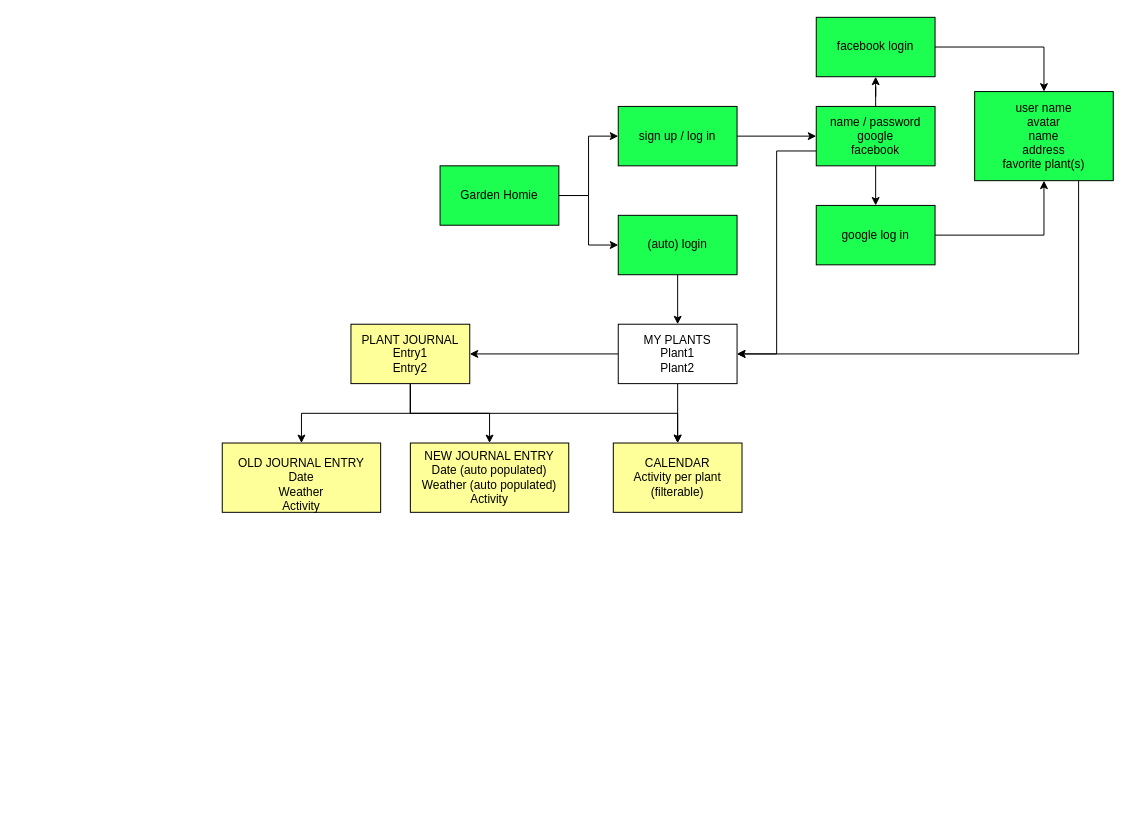
Earlier version of the draw.io diagram Garden_Homie_SiteMap.drawio (c3-tiffanyhui/coursera). Source tidied: cells renumbered, new cells numbered last; positions are measured from the earlier drawing's top-left corner, leaving out a move shared by most shapes. Both pictures are drawn from the tidied source at 99%, with x=0, y=0 at pixel (222, 17).
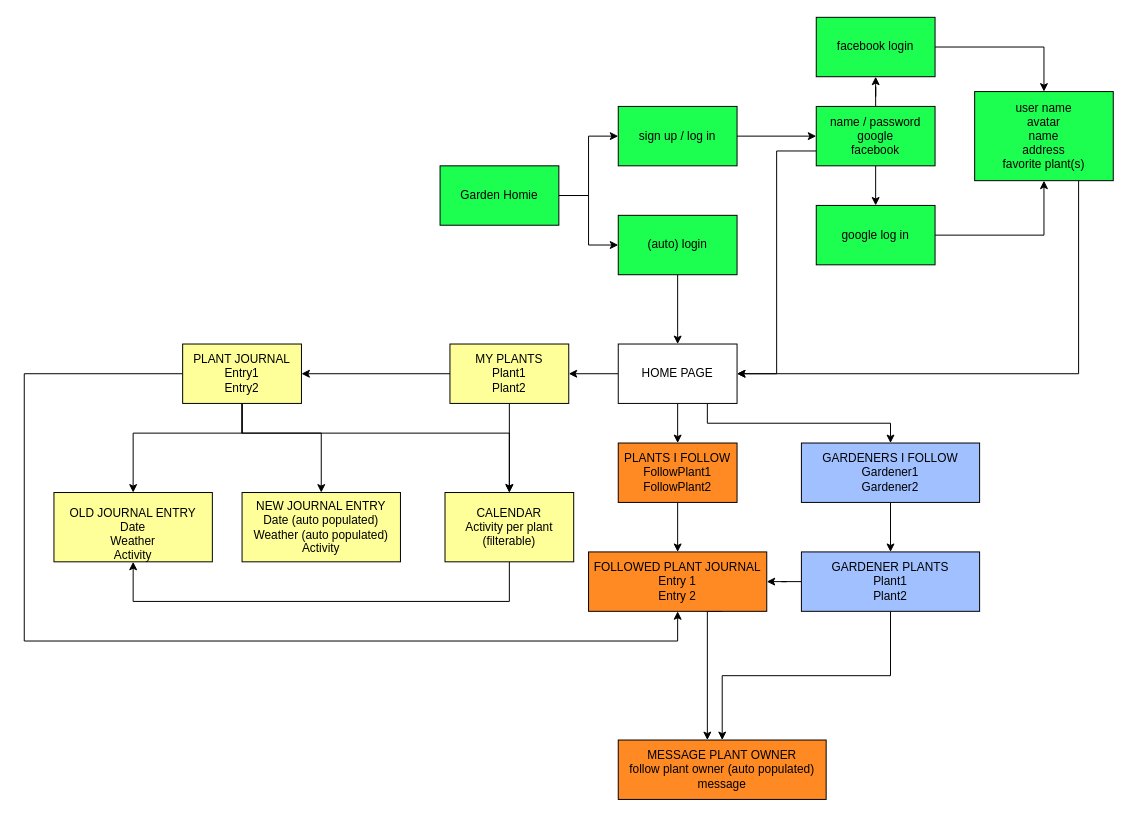
After the change.

The change refers to these unchanged cells:
```xml
<mxCell id="3" value="(auto) login" style="rounded=0;whiteSpace=wrap;html=1;fillColor=#1CFF51;" parent="1" vertex="1">
  <mxGeometry x="400" y="200" width="120" height="60" as="geometry" />
</mxCell>
<mxCell id="9" value="&lt;div&gt;name / password &lt;br&gt;&lt;/div&gt;&lt;div&gt;google&lt;/div&gt;&lt;div&gt;facebook&lt;br&gt;&lt;/div&gt;" style="rounded=0;whiteSpace=wrap;html=1;fillColor=#1CFF51;" parent="1" vertex="1">
  <mxGeometry x="600" y="90" width="120" height="60" as="geometry" />
</mxCell>
<mxCell id="15" value="&lt;div&gt;user name&lt;/div&gt;&lt;div&gt;avatar&lt;br&gt;&lt;/div&gt;&lt;div&gt;name&lt;/div&gt;&lt;div&gt;address&lt;/div&gt;&lt;div&gt;favorite plant(s)&lt;/div&gt;" style="rounded=0;whiteSpace=wrap;html=1;fillColor=#1CFF51;" parent="1" vertex="1">
  <mxGeometry x="760" y="75" width="140" height="90" as="geometry" />
</mxCell>
```

Change to the diagram source:
```diff
@@
-    <mxCell id="2" style="edgeStyle=orthogonalEdgeStyle;rounded=0;jettySize=auto;html=1;" parent="1" edge="1" source="3" target="21">
-      <mxGeometry relative="1" as="geometry" />
-    </mxCell>
+    <mxCell id="29" style="edgeStyle=orthogonalEdgeStyle;rounded=0;jettySize=auto;html=1;" parent="1" edge="1" source="3" target="37">
+      <mxGeometry relative="1" as="geometry" />
+    </mxCell>
@@
-    <mxCell id="8" style="edgeStyle=orthogonalEdgeStyle;rounded=0;jettySize=auto;html=1;exitX=0;exitY=0.75;exitDx=0;exitDy=0;entryX=1;entryY=0.5;entryDx=0;entryDy=0;" parent="1" edge="1" source="9" target="21">
-      <mxGeometry relative="1" as="geometry" />
-    </mxCell>
+    <mxCell id="30" style="edgeStyle=orthogonalEdgeStyle;rounded=0;jettySize=auto;html=1;exitX=0;exitY=0.75;exitDx=0;exitDy=0;entryX=1;entryY=0.5;entryDx=0;entryDy=0;" parent="1" edge="1" source="9" target="37">
+      <mxGeometry relative="1" as="geometry" />
+    </mxCell>
@@
-    <mxCell id="14" style="edgeStyle=orthogonalEdgeStyle;rounded=0;jettySize=auto;html=1;exitX=0.75;exitY=1;exitDx=0;exitDy=0;entryX=1;entryY=0.5;entryDx=0;entryDy=0;" parent="1" edge="1" source="15" target="21">
-      <mxGeometry relative="1" as="geometry" />
-    </mxCell>
+    <mxCell id="31" style="edgeStyle=orthogonalEdgeStyle;rounded=0;jettySize=auto;html=1;exitX=0.75;exitY=1;exitDx=0;exitDy=0;entryX=1;entryY=0.5;entryDx=0;entryDy=0;" parent="1" edge="1" source="15" target="37">
+      <mxGeometry relative="1" as="geometry" />
+    </mxCell>
@@
-    <mxCell id="21" value="&lt;div&gt;MY PLANTS&lt;/div&gt;&lt;div&gt;Plant1&lt;/div&gt;&lt;div&gt;Plant2&lt;br&gt;&lt;/div&gt;" style="rounded=0;whiteSpace=wrap;html=1;" parent="1" vertex="1">
-      <mxGeometry x="400" y="310" width="120" height="60" as="geometry" />
+    <mxCell id="21" value="&lt;div&gt;MY PLANTS&lt;/div&gt;&lt;div&gt;Plant1&lt;/div&gt;&lt;div&gt;Plant2&lt;br&gt;&lt;/div&gt;" style="rounded=0;whiteSpace=wrap;html=1;fillColor=#FFFF99;" parent="1" vertex="1">
+      <mxGeometry x="230" y="330" width="120" height="60" as="geometry" />
     </mxCell>
     <mxCell id="22" style="edgeStyle=orthogonalEdgeStyle;rounded=0;jettySize=auto;html=1;" parent="1" edge="1" source="25" target="26">
-      <mxGeometry relative="1" as="geometry" />
+      <mxGeometry relative="1" as="geometry">
+        <Array as="points">
+          <mxPoint x="20" y="420" />
+          <mxPoint x="-90" y="420" />
+        </Array>
+      </mxGeometry>
     </mxCell>
     <mxCell id="23" style="edgeStyle=orthogonalEdgeStyle;rounded=0;jettySize=auto;html=1;exitX=0.5;exitY=1;exitDx=0;exitDy=0;entryX=0.5;entryY=0;entryDx=0;entryDy=0;" parent="1" edge="1" source="25" target="27">
-      <mxGeometry relative="1" as="geometry" />
+      <mxGeometry relative="1" as="geometry">
+        <Array as="points">
+          <mxPoint x="20" y="420" />
+          <mxPoint x="100" y="420" />
+        </Array>
+      </mxGeometry>
     </mxCell>
     <mxCell id="24" style="edgeStyle=orthogonalEdgeStyle;rounded=0;jettySize=auto;html=1;exitX=0.5;exitY=1;exitDx=0;exitDy=0;" parent="1" edge="1" source="25" target="28">
-      <mxGeometry relative="1" as="geometry" />
+      <mxGeometry relative="1" as="geometry">
+        <Array as="points">
+          <mxPoint x="20" y="420" />
+          <mxPoint x="290" y="420" />
+        </Array>
+      </mxGeometry>
     </mxCell>
+    <mxCell id="32" style="edgeStyle=orthogonalEdgeStyle;rounded=0;jettySize=auto;html=1;exitX=0;exitY=0.5;exitDx=0;exitDy=0;entryX=0.5;entryY=1;entryDx=0;entryDy=0;" parent="1" edge="1" source="25" target="41">
+      <mxGeometry relative="1" as="geometry">
+        <Array as="points">
+          <mxPoint x="-200" y="360" />
+          <mxPoint x="-200" y="630" />
+          <mxPoint x="460" y="630" />
+        </Array>
+      </mxGeometry>
+    </mxCell>
     <mxCell id="25" value="&lt;div&gt;PLANT JOURNAL&lt;/div&gt;&lt;div&gt;Entry1&lt;/div&gt;&lt;div&gt;Entry2&lt;br&gt;&lt;/div&gt;" style="rounded=0;whiteSpace=wrap;html=1;fillColor=#FFFF99;" parent="1" vertex="1">
-      <mxGeometry x="130" y="310" width="120" height="60" as="geometry" />
+      <mxGeometry x="-40" y="330" width="120" height="60" as="geometry" />
     </mxCell>
     <mxCell id="26" value="&amp;nbsp;&lt;br&gt;&lt;div&gt;OLD JOURNAL ENTRY&lt;br&gt;&lt;/div&gt;&lt;div&gt;Date&lt;/div&gt;&lt;div&gt;Weather&lt;/div&gt;&lt;div&gt;Activity&lt;br&gt;&lt;/div&gt;" style="rounded=0;whiteSpace=wrap;html=1;fillColor=#FFFF99;" parent="1" vertex="1">
-      <mxGeometry y="430" width="160" height="70" as="geometry" />
+      <mxGeometry x="-170" y="480" width="160" height="70" as="geometry" />
     </mxCell>
     <mxCell id="27" value="&lt;div&gt;NEW JOURNAL ENTRY&lt;/div&gt;&lt;div&gt;Date (auto populated)&lt;br&gt;&lt;/div&gt;&lt;div&gt;Weather (auto populated)&lt;/div&gt;&lt;div&gt;Activity&lt;br&gt;&lt;/div&gt;" style="rounded=0;whiteSpace=wrap;html=1;fillColor=#FFFF99;" parent="1" vertex="1">
-      <mxGeometry x="190" y="430" width="160" height="70" as="geometry" />
+      <mxGeometry x="20" y="480" width="160" height="70" as="geometry" />
     </mxCell>
+    <mxCell id="33" style="edgeStyle=orthogonalEdgeStyle;rounded=0;jettySize=auto;html=1;entryX=0.5;entryY=1;entryDx=0;entryDy=0;" parent="1" edge="1" source="28" target="26">
+      <mxGeometry relative="1" as="geometry">
+        <Array as="points">
+          <mxPoint x="290" y="590" />
+          <mxPoint x="-90" y="590" />
+        </Array>
+      </mxGeometry>
+    </mxCell>
     <mxCell id="28" value="&lt;div&gt;CALENDAR&lt;br&gt;&lt;/div&gt;&lt;div&gt;Activity per plant (filterable)&lt;br&gt;&lt;/div&gt;" style="rounded=0;whiteSpace=wrap;html=1;fillColor=#FFFF99;" parent="1" vertex="1">
-      <mxGeometry x="395" y="430" width="130" height="70" as="geometry" />
+      <mxGeometry x="225" y="480" width="130" height="70" as="geometry" />
     </mxCell>
+    <mxCell id="34" style="edgeStyle=orthogonalEdgeStyle;rounded=0;jettySize=auto;html=1;" parent="1" edge="1" source="37" target="21">
+      <mxGeometry relative="1" as="geometry" />
+    </mxCell>
+    <mxCell id="35" style="edgeStyle=orthogonalEdgeStyle;rounded=0;jettySize=auto;html=1;exitX=0.5;exitY=1;exitDx=0;exitDy=0;entryX=0.5;entryY=0;entryDx=0;entryDy=0;" parent="1" edge="1" source="37" target="39">
+      <mxGeometry relative="1" as="geometry" />
+    </mxCell>
+    <mxCell id="36" style="edgeStyle=orthogonalEdgeStyle;rounded=0;jettySize=auto;html=1;exitX=0.75;exitY=1;exitDx=0;exitDy=0;" parent="1" edge="1" source="37" target="44">
+      <mxGeometry relative="1" as="geometry" />
+    </mxCell>
+    <mxCell id="37" value="HOME PAGE" style="rounded=0;whiteSpace=wrap;html=1;fillColor=#FFFFFF;" parent="1" vertex="1">
+      <mxGeometry x="400" y="330" width="120" height="60" as="geometry" />
+    </mxCell>
+    <mxCell id="38" style="edgeStyle=orthogonalEdgeStyle;rounded=0;jettySize=auto;html=1;exitX=0.5;exitY=1;exitDx=0;exitDy=0;" parent="1" edge="1" source="39" target="41">
+      <mxGeometry relative="1" as="geometry" />
+    </mxCell>
+    <mxCell id="39" value="&lt;div&gt;PLANTS I FOLLOW&lt;/div&gt;&lt;div&gt;FollowPlant1&lt;/div&gt;&lt;div&gt;FollowPlant2&lt;br&gt;&lt;/div&gt;" style="rounded=0;whiteSpace=wrap;html=1;fillColor=#FF8A24;" parent="1" vertex="1">
+      <mxGeometry x="400" y="430" width="120" height="60" as="geometry" />
+    </mxCell>
+    <mxCell id="40" style="edgeStyle=orthogonalEdgeStyle;rounded=0;jettySize=auto;html=1;exitX=0.75;exitY=1;exitDx=0;exitDy=0;" parent="1" edge="1" source="41" target="42">
+      <mxGeometry relative="1" as="geometry">
+        <Array as="points">
+          <mxPoint x="490" y="600" />
+        </Array>
+      </mxGeometry>
+    </mxCell>
+    <mxCell id="41" value="&lt;div&gt;FOLLOWED PLANT JOURNAL&lt;/div&gt;&lt;div&gt;Entry 1&lt;/div&gt;&lt;div&gt;Entry 2&lt;br&gt;&lt;/div&gt;" style="rounded=0;whiteSpace=wrap;html=1;fillColor=#FF8A24;" parent="1" vertex="1">
+      <mxGeometry x="370" y="540" width="180" height="60" as="geometry" />
+    </mxCell>
+    <mxCell id="42" value="&lt;div&gt;MESSAGE PLANT OWNER&lt;br&gt;&lt;/div&gt;&lt;div&gt;follow plant owner (auto populated)&lt;br&gt;&lt;/div&gt;&lt;div&gt;message&lt;br&gt;&lt;/div&gt;" style="rounded=0;whiteSpace=wrap;html=1;fillColor=#FF8A24;" parent="1" vertex="1">
+      <mxGeometry x="400" y="730" width="210" height="60" as="geometry" />
+    </mxCell>
+    <mxCell id="43" style="edgeStyle=orthogonalEdgeStyle;rounded=0;jettySize=auto;html=1;" parent="1" edge="1" source="44" target="47">
+      <mxGeometry relative="1" as="geometry" />
+    </mxCell>
+    <mxCell id="44" value="&lt;div&gt;GARDENERS I FOLLOW&lt;/div&gt;&lt;div&gt;Gardener1&lt;/div&gt;&lt;div&gt;Gardener2&lt;br&gt;&lt;/div&gt;" style="rounded=0;whiteSpace=wrap;html=1;fillColor=#A1C0FF;" parent="1" vertex="1">
+      <mxGeometry x="585" y="430" width="180" height="60" as="geometry" />
+    </mxCell>
+    <mxCell id="45" style="edgeStyle=orthogonalEdgeStyle;rounded=0;jettySize=auto;html=1;" parent="1" edge="1" source="47" target="42">
+      <mxGeometry relative="1" as="geometry" />
+    </mxCell>
+    <mxCell id="46" style="edgeStyle=orthogonalEdgeStyle;rounded=0;jettySize=auto;html=1;" parent="1" edge="1" source="47" target="41">
+      <mxGeometry relative="1" as="geometry" />
+    </mxCell>
+    <mxCell id="47" value="&lt;div&gt;GARDENER PLANTS&lt;/div&gt;&lt;div&gt;Plant1&lt;/div&gt;&lt;div&gt;Plant2&lt;br&gt;&lt;/div&gt;" style="rounded=0;whiteSpace=wrap;html=1;fillColor=#A1C0FF;" parent="1" vertex="1">
+      <mxGeometry x="585" y="540" width="180" height="60" as="geometry" />
+    </mxCell>
```
